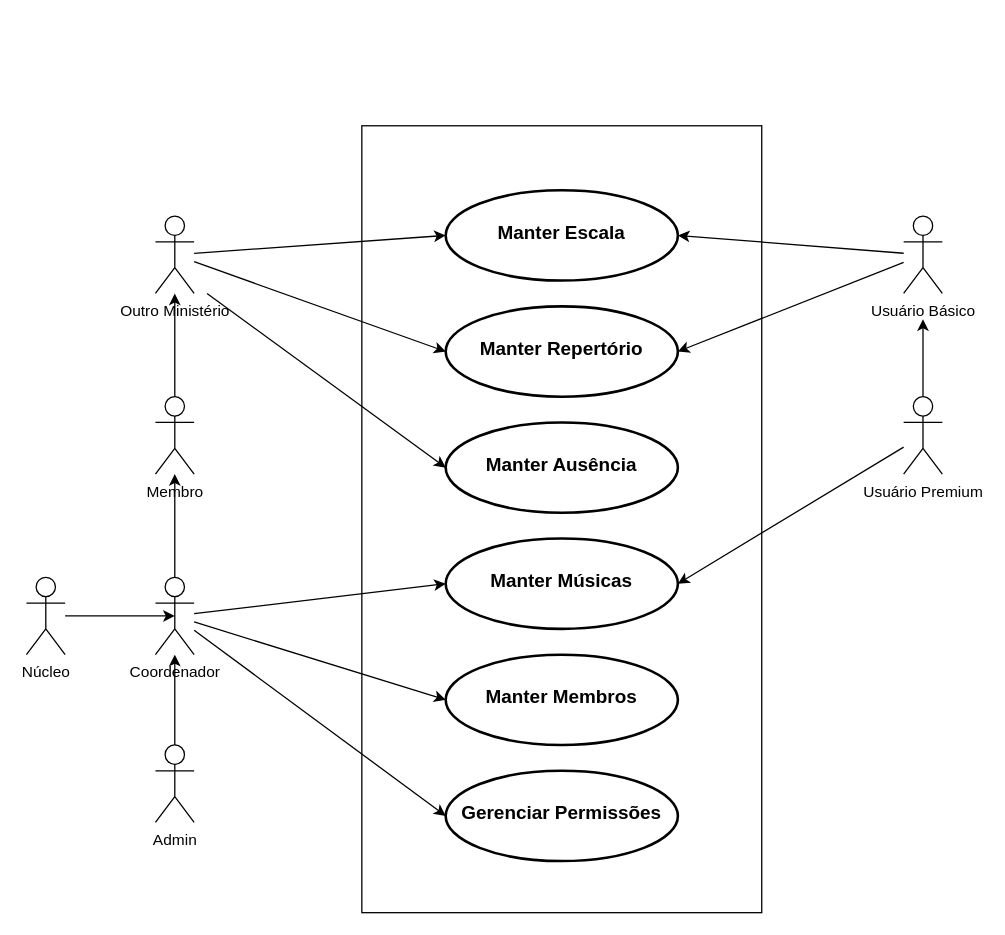
Above: page "Diag. Caso de Uso" (2 of 2) of Diagrama sem nome.drawio in dan-freire/escalamm (draw.io), before the change. Source tidied: cells renumbered, new cells numbered last; positions are measured from the earlier drawing's top-left corner, leaving out a move shared by most shapes. Both pictures are drawn from the tidied source at 129%, with x=0, y=0 at pixel (26, 125).
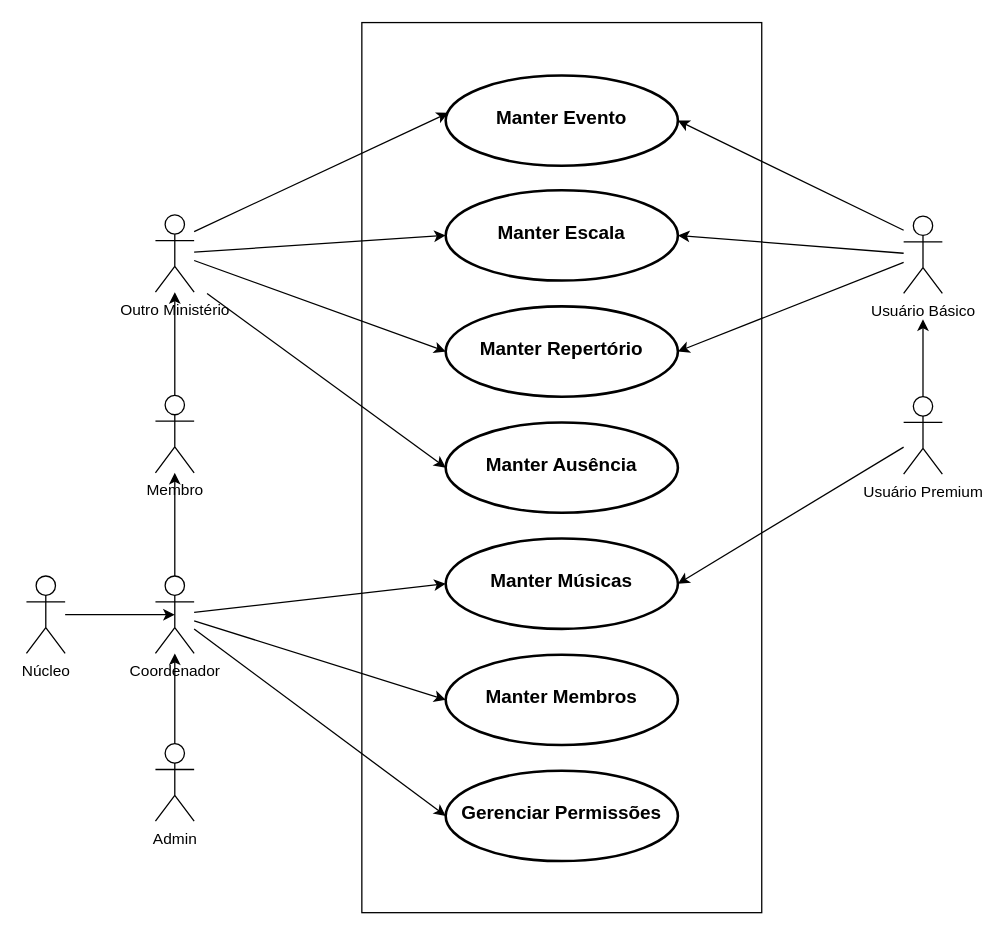
After the change.

Commit message:
Ajuste Diagrama Caso de Uso

The edit, as a diff of the source:
```diff
@@
     <mxCell id="2" style="whiteSpace=wrap;html=1;" parent="1" vertex="1">
-      <mxGeometry x="260" width="310" height="610" as="geometry" />
+      <mxGeometry x="260" y="-80" width="310" height="690" as="geometry" />
     </mxCell>
@@
     <mxCell id="4" value="Outro Ministério" style="shape=umlActor;verticalLabelPosition=bottom;verticalAlign=top;html=1;" parent="1" vertex="1">
-      <mxGeometry x="100" y="70" width="30" height="60" as="geometry" />
+      <mxGeometry x="100" y="69" width="30" height="60" as="geometry" />
     </mxCell>
@@
     <mxCell id="11" value="Membro" style="shape=umlActor;verticalLabelPosition=bottom;verticalAlign=top;html=1;" parent="1" vertex="1">
-      <mxGeometry x="100" y="210" width="30" height="60" as="geometry" />
+      <mxGeometry x="100" y="209" width="30" height="60" as="geometry" />
     </mxCell>
@@
     <mxCell id="14" value="Núcleo" style="shape=umlActor;verticalLabelPosition=bottom;verticalAlign=top;html=1;" parent="1" vertex="1">
-      <mxGeometry y="350" width="30" height="60" as="geometry" />
+      <mxGeometry y="349" width="30" height="60" as="geometry" />
     </mxCell>
@@
     <mxCell id="16" value="Coordenador" style="shape=umlActor;verticalLabelPosition=bottom;verticalAlign=top;html=1;" parent="1" vertex="1">
-      <mxGeometry x="100" y="350" width="30" height="60" as="geometry" />
+      <mxGeometry x="100" y="349" width="30" height="60" as="geometry" />
     </mxCell>
@@
     <mxCell id="18" value="Admin" style="shape=umlActor;verticalLabelPosition=bottom;verticalAlign=top;html=1;strokeColor=default;align=center;fontFamily=Helvetica;fontSize=12;fontColor=default;fillColor=default;" parent="1" vertex="1">
-      <mxGeometry x="100" y="480" width="30" height="60" as="geometry" />
+      <mxGeometry x="100" y="479" width="30" height="60" as="geometry" />
     </mxCell>
@@
+    <mxCell id="30" value="&lt;div&gt;&lt;span&gt;&lt;span style=&quot;font-size: 11pt; font-family: Arial, sans-serif; background-color: transparent; font-variant-numeric: normal; font-variant-east-asian: normal; font-variant-alternates: normal; font-variant-position: normal; vertical-align: baseline; white-space-collapse: preserve;&quot;&gt;&lt;b&gt;&lt;br&gt;&lt;/b&gt;&lt;/span&gt;&lt;/span&gt;&lt;/div&gt;&lt;span id=&quot;docs-internal-guid-4b283a77-7fff-520f-def3-82d6183e8cb3&quot;&gt;&lt;span style=&quot;font-size: 11pt; font-family: Arial, sans-serif; background-color: transparent; font-variant-numeric: normal; font-variant-east-asian: normal; font-variant-alternates: normal; font-variant-position: normal; vertical-align: baseline; white-space-collapse: preserve;&quot;&gt;&lt;b&gt;Manter Evento&lt;/b&gt;&lt;/span&gt;&lt;/span&gt;" style="strokeWidth=2;html=1;shape=mxgraph.flowchart.start_1;whiteSpace=wrap;strokeColor=default;align=center;verticalAlign=top;fontFamily=Helvetica;fontSize=12;fontColor=default;fillColor=default;" parent="1" vertex="1">
+      <mxGeometry x="325" y="-39" width="180" height="70" as="geometry" />
+    </mxCell>
+    <mxCell id="31" style="edgeStyle=none;rounded=0;jettySize=auto;html=1;fontFamily=Helvetica;fontSize=12;fontColor=default;entryX=0.011;entryY=0.414;entryDx=0;entryDy=0;entryPerimeter=0;" parent="1" edge="1" target="30">
+      <mxGeometry relative="1" as="geometry">
+        <mxPoint x="130" y="82" as="sourcePoint" />
+      </mxGeometry>
+    </mxCell>
+    <mxCell id="32" style="edgeStyle=none;rounded=0;jettySize=auto;html=1;fontFamily=Helvetica;fontSize=12;fontColor=default;entryX=1;entryY=0.5;entryDx=0;entryDy=0;entryPerimeter=0;" parent="1" edge="1" target="30">
+      <mxGeometry relative="1" as="geometry">
+        <mxPoint x="680" y="81" as="sourcePoint" />
+      </mxGeometry>
+    </mxCell>
```
